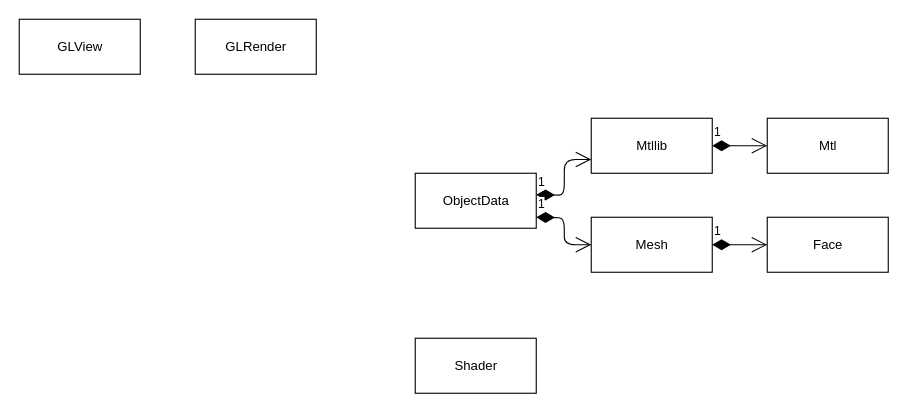
The draw.io diagram drawio/未命名表单.drawio in chonglv/charts, before the edit. Source tidied: cells renumbered, new cells numbered last; positions are measured from the earlier drawing's top-left corner, leaving out a move shared by most shapes. Both pictures are drawn from the tidied source at 110%, with x=0, y=0 at pixel (19, 19).
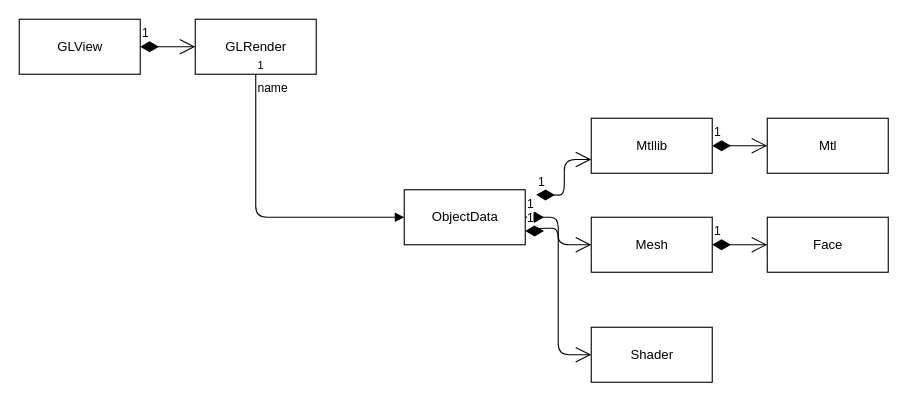
After the change.

Commit message:
Update 未命名表单.drawio

The change refers to these unchanged cells:
```xml
<mxCell id="2" value="GLView" style="html=1;" parent="1" vertex="1">
  <mxGeometry width="110" height="50" as="geometry" />
</mxCell>
<mxCell id="3" value="GLRender" style="html=1;" parent="1" vertex="1">
  <mxGeometry x="160" width="110" height="50" as="geometry" />
</mxCell>
<mxCell id="7" value="Mesh" style="html=1;" parent="1" vertex="1">
  <mxGeometry x="520" y="180" width="110" height="50" as="geometry" />
</mxCell>
```

Change to the diagram source:
```diff
@@
     <mxCell id="4" value="ObjectData" style="html=1;" parent="1" vertex="1">
-      <mxGeometry x="360" y="140" width="110" height="50" as="geometry" />
+      <mxGeometry x="350" y="155" width="110" height="50" as="geometry" />
     </mxCell>
@@
-    <mxCell id="10" value="1" style="endArrow=open;html=1;endSize=12;startArrow=diamondThin;startSize=14;startFill=1;edgeStyle=orthogonalEdgeStyle;align=left;verticalAlign=bottom;entryX=0;entryY=0.5;entryDx=0;entryDy=0;" parent="1" edge="1" target="7">
-      <mxGeometry x="-1" y="3" relative="1" as="geometry">
-        <mxPoint x="470" y="180" as="sourcePoint" />
-      </mxGeometry>
+    <mxCell id="10" value="1" style="endArrow=open;html=1;endSize=12;startArrow=diamondThin;startSize=14;startFill=1;edgeStyle=orthogonalEdgeStyle;align=left;verticalAlign=bottom;entryX=0;entryY=0.5;entryDx=0;entryDy=0;exitX=1;exitY=0.5;exitDx=0;exitDy=0;" parent="1" edge="1" source="4" target="7">
+      <mxGeometry x="-1" y="3" relative="1" as="geometry" />
     </mxCell>
@@
     <mxCell id="13" value="Shader" style="html=1;" parent="1" vertex="1">
-      <mxGeometry x="360" y="290" width="110" height="50" as="geometry" />
+      <mxGeometry x="520" y="280" width="110" height="50" as="geometry" />
     </mxCell>
+    <mxCell id="14" value="1" style="endArrow=open;html=1;endSize=12;startArrow=diamondThin;startSize=14;startFill=1;edgeStyle=orthogonalEdgeStyle;align=left;verticalAlign=bottom;entryX=0;entryY=0.5;entryDx=0;entryDy=0;exitX=1;exitY=0.75;exitDx=0;exitDy=0;" parent="1" edge="1" source="4" target="13">
+      <mxGeometry x="-1" y="3" relative="1" as="geometry">
+        <Array as="points">
+          <mxPoint x="470" y="193" />
+          <mxPoint x="470" y="190" />
+          <mxPoint x="490" y="190" />
+          <mxPoint x="490" y="305" />
+        </Array>
+      </mxGeometry>
+    </mxCell>
+    <mxCell id="15" value="name" style="endArrow=block;endFill=1;html=1;edgeStyle=orthogonalEdgeStyle;align=left;verticalAlign=top;exitX=0.5;exitY=1;exitDx=0;exitDy=0;entryX=0;entryY=0.5;entryDx=0;entryDy=0;" parent="1" edge="1" source="3" target="4">
+      <mxGeometry x="-1" relative="1" as="geometry" />
+    </mxCell>
+    <mxCell id="16" value="1" style="html=1;align=left;verticalAlign=bottom;labelBackgroundColor=#ffffff;fontSize=10;" parent="15" vertex="1">
+      <mxGeometry x="-1" relative="1" as="geometry" />
+    </mxCell>
+    <mxCell id="17" value="1" style="endArrow=open;html=1;endSize=12;startArrow=diamondThin;startSize=14;startFill=1;edgeStyle=orthogonalEdgeStyle;align=left;verticalAlign=bottom;" parent="1" edge="1" source="2" target="3">
+      <mxGeometry x="-1" y="3" relative="1" as="geometry" />
+    </mxCell>
```
